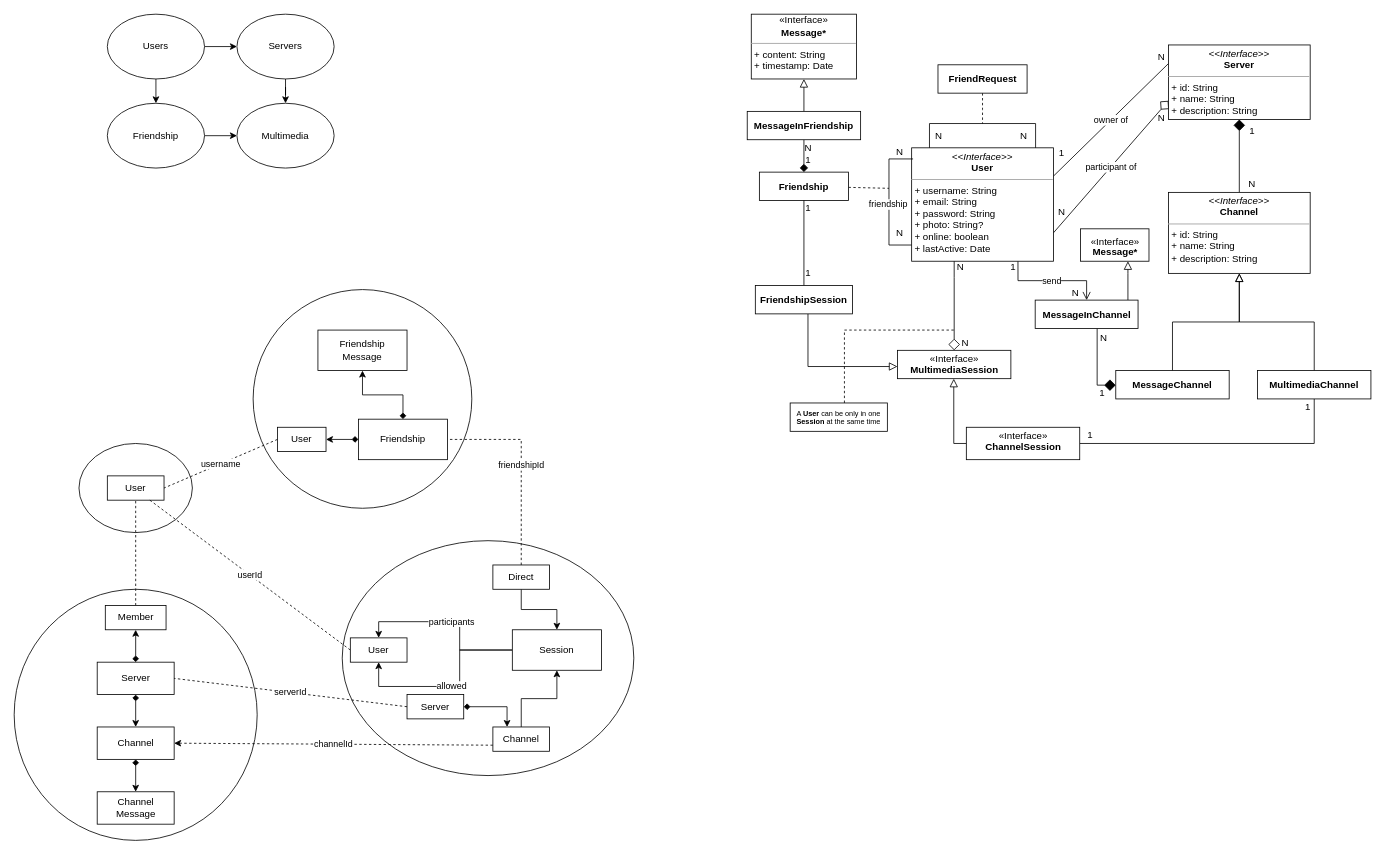
This is page "Domain" (6 of 6) of resources/schema.drawio from zucchero-sintattico/piper-kt, a draw.io file, before an edit. Source tidied: cells renumbered, new cells numbered last; positions are measured from the earlier drawing's top-left corner, leaving out a move shared by most shapes. Both pictures are drawn from the tidied source at 81%, with x=0, y=0 at pixel (14, 14).
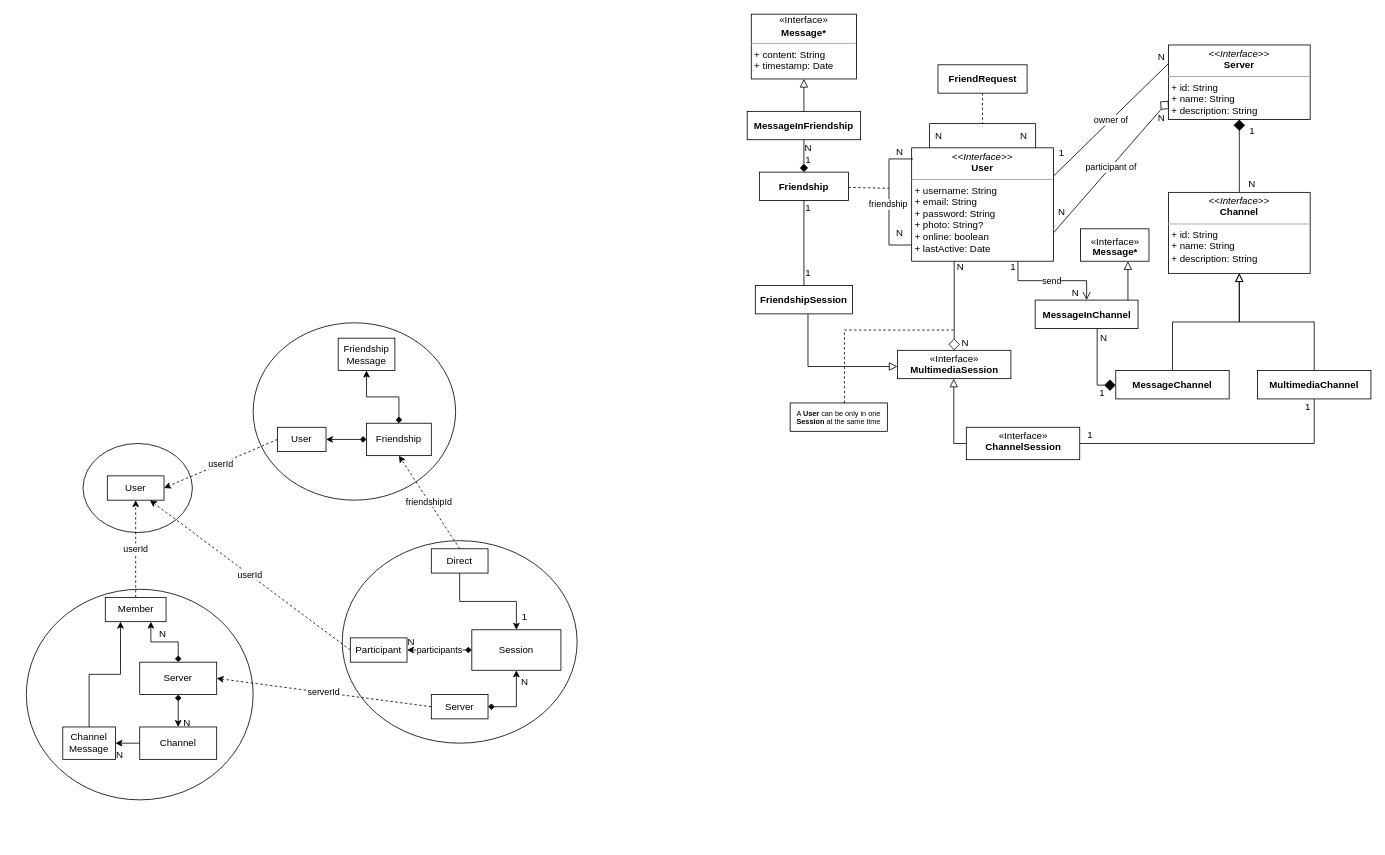
Above is the later version.

Commit message:
docs: improved bounded contexts map

The change refers to these unchanged cells:
```xml
<mxCell id="25" value="User" style="html=1;whiteSpace=wrap;" parent="1" vertex="1">
  <mxGeometry x="115" y="570" width="70" height="30" as="geometry" />
</mxCell>
<mxCell id="27" value="User" style="html=1;whiteSpace=wrap;" parent="1" vertex="1">
  <mxGeometry x="325" y="510" width="60" height="30" as="geometry" />
</mxCell>
```

What changed in the source:
```diff
@@
     <mxCell id="2" style="ellipse;whiteSpace=wrap;html=1;" parent="1" vertex="1">
-      <mxGeometry x="405" y="650" width="360" height="290" as="geometry" />
+      <mxGeometry x="405" y="650" width="290" height="250" as="geometry" />
     </mxCell>
     <mxCell id="3" style="ellipse;whiteSpace=wrap;html=1;" parent="1" vertex="1">
-      <mxGeometry y="710" width="300" height="310" as="geometry" />
+      <mxGeometry x="15" y="710" width="280" height="260" as="geometry" />
     </mxCell>
     <mxCell id="4" style="ellipse;whiteSpace=wrap;html=1;" parent="1" vertex="1">
-      <mxGeometry x="295" y="340" width="270" height="270" as="geometry" />
+      <mxGeometry x="295" y="381" width="250" height="219" as="geometry" />
     </mxCell>
     <mxCell id="5" style="ellipse;whiteSpace=wrap;html=1;" parent="1" vertex="1">
-      <mxGeometry x="80" y="530" width="140" height="110" as="geometry" />
+      <mxGeometry x="85" y="530" width="135" height="110" as="geometry" />
     </mxCell>
-    <mxCell id="6" style="edgeStyle=orthogonalEdgeStyle;rounded=0;jettySize=auto;html=1;exitX=0.5;exitY=1;exitDx=0;exitDy=0;entryX=0.5;entryY=0;entryDx=0;entryDy=0;" parent="1" edge="1" source="8" target="12">
-      <mxGeometry relative="1" as="geometry" />
-    </mxCell>
-    <mxCell id="7" style="edgeStyle=orthogonalEdgeStyle;rounded=0;jettySize=auto;html=1;exitX=1;exitY=0.5;exitDx=0;exitDy=0;entryX=0;entryY=0.5;entryDx=0;entryDy=0;" parent="1" edge="1" source="8" target="10">
-      <mxGeometry relative="1" as="geometry" />
-    </mxCell>
-    <mxCell id="8" value="Users" style="ellipse;whiteSpace=wrap;html=1;" parent="1" vertex="1">
-      <mxGeometry x="115" width="120" height="80" as="geometry" />
-    </mxCell>
-    <mxCell id="9" style="edgeStyle=orthogonalEdgeStyle;rounded=0;jettySize=auto;html=1;exitX=0.5;exitY=1;exitDx=0;exitDy=0;" parent="1" edge="1" source="10" target="13">
-      <mxGeometry relative="1" as="geometry" />
-    </mxCell>
-    <mxCell id="10" value="Servers" style="ellipse;whiteSpace=wrap;html=1;" parent="1" vertex="1">
-      <mxGeometry x="275" width="120" height="80" as="geometry" />
-    </mxCell>
-    <mxCell id="11" style="edgeStyle=orthogonalEdgeStyle;rounded=0;jettySize=auto;html=1;exitX=1;exitY=0.5;exitDx=0;exitDy=0;" parent="1" edge="1" source="12" target="13">
-      <mxGeometry relative="1" as="geometry" />
-    </mxCell>
-    <mxCell id="12" value="Friendship" style="ellipse;whiteSpace=wrap;html=1;" parent="1" vertex="1">
-      <mxGeometry x="115" y="110" width="120" height="80" as="geometry" />
-    </mxCell>
-    <mxCell id="13" value="Multimedia" style="ellipse;whiteSpace=wrap;html=1;" parent="1" vertex="1">
-      <mxGeometry x="275" y="110" width="120" height="80" as="geometry" />
-    </mxCell>
-    <mxCell id="14" style="rounded=0;jettySize=auto;html=1;exitX=0.5;exitY=0;exitDx=0;exitDy=0;entryX=0.5;entryY=1;entryDx=0;entryDy=0;endArrow=none;endFill=0;dashed=1;" parent="1" edge="1" source="15" target="25">
+    <mxCell id="14" value="userId" style="rounded=0;jettySize=auto;html=1;exitX=0.5;exitY=0;exitDx=0;exitDy=0;entryX=0.5;entryY=1;entryDx=0;entryDy=0;endArrow=classic;endFill=1;dashed=1;" parent="1" edge="1" source="15" target="25">
       <mxGeometry relative="1" as="geometry" />
     </mxCell>
     <mxCell id="15" value="Member" style="html=1;whiteSpace=wrap;" parent="1" vertex="1">
-      <mxGeometry x="112.5" y="730" width="75" height="30" as="geometry" />
+      <mxGeometry x="112.5" y="720" width="75" height="30" as="geometry" />
     </mxCell>
@@
     <mxCell id="18" value="Friendship" style="html=1;whiteSpace=wrap;" parent="1" vertex="1">
-      <mxGeometry x="425" y="500" width="110" height="50" as="geometry" />
+      <mxGeometry x="435" y="505" width="80" height="40" as="geometry" />
     </mxCell>
@@
-    <mxCell id="20" style="edgeStyle=orthogonalEdgeStyle;rounded=0;jettySize=auto;html=1;exitX=0.5;exitY=0;exitDx=0;exitDy=0;startArrow=diamond;startFill=1;" parent="1" edge="1" source="21" target="15">
+    <mxCell id="20" style="edgeStyle=orthogonalEdgeStyle;rounded=0;jettySize=auto;html=1;exitX=0.5;exitY=0;exitDx=0;exitDy=0;startArrow=diamond;startFill=1;entryX=0.75;entryY=1;entryDx=0;entryDy=0;" parent="1" edge="1" source="21" target="15">
       <mxGeometry relative="1" as="geometry" />
     </mxCell>
     <mxCell id="21" value="Server" style="html=1;whiteSpace=wrap;" parent="1" vertex="1">
-      <mxGeometry x="102.5" y="800" width="95" height="40" as="geometry" />
+      <mxGeometry x="155" y="800" width="95" height="40" as="geometry" />
     </mxCell>
-    <mxCell id="22" style="edgeStyle=orthogonalEdgeStyle;rounded=0;jettySize=auto;html=1;exitX=0.5;exitY=1;exitDx=0;exitDy=0;entryX=0.5;entryY=0;entryDx=0;entryDy=0;startArrow=diamond;startFill=1;" parent="1" edge="1" source="23" target="24">
+    <mxCell id="22" style="edgeStyle=orthogonalEdgeStyle;rounded=0;jettySize=auto;html=1;exitX=0;exitY=0.5;exitDx=0;exitDy=0;entryX=1;entryY=0.5;entryDx=0;entryDy=0;" parent="1" edge="1" source="23" target="24">
       <mxGeometry relative="1" as="geometry" />
     </mxCell>
     <mxCell id="23" value="Channel" style="html=1;whiteSpace=wrap;" parent="1" vertex="1">
-      <mxGeometry x="102.5" y="880" width="95" height="40" as="geometry" />
+      <mxGeometry x="155" y="880" width="95" height="40" as="geometry" />
     </mxCell>
+    <mxCell id="101" style="edgeStyle=orthogonalEdgeStyle;rounded=0;jettySize=auto;html=1;exitX=0.5;exitY=0;exitDx=0;exitDy=0;entryX=0.25;entryY=1;entryDx=0;entryDy=0;" parent="1" edge="1" source="24" target="15">
+      <mxGeometry relative="1" as="geometry" />
+    </mxCell>
     <mxCell id="24" value="Channel Message" style="html=1;whiteSpace=wrap;" parent="1" vertex="1">
-      <mxGeometry x="102.5" y="960" width="95" height="40" as="geometry" />
+      <mxGeometry x="60" y="880" width="65" height="40" as="geometry" />
     </mxCell>
@@
-    <mxCell id="26" value="username" style="rounded=0;jettySize=auto;html=1;exitX=0;exitY=0.5;exitDx=0;exitDy=0;entryX=1;entryY=0.5;entryDx=0;entryDy=0;endArrow=none;endFill=0;dashed=1;" parent="1" edge="1" source="27" target="25">
+    <mxCell id="26" value="userId" style="rounded=0;jettySize=auto;html=1;exitX=0;exitY=0.5;exitDx=0;exitDy=0;entryX=1;entryY=0.5;entryDx=0;entryDy=0;endArrow=classic;endFill=1;dashed=1;" parent="1" edge="1" source="27" target="25">
       <mxGeometry relative="1" as="geometry" />
     </mxCell>
@@
-    <mxCell id="87" value="friendshipId" style="edgeStyle=orthogonalEdgeStyle;rounded=0;jettySize=auto;html=1;exitX=0.5;exitY=0;exitDx=0;exitDy=0;entryX=1;entryY=0.5;entryDx=0;entryDy=0;dashed=1;endArrow=none;endFill=0;" parent="1" edge="1" source="88" target="18">
+    <mxCell id="87" value="friendshipId" style="rounded=0;jettySize=auto;html=1;exitX=0.5;exitY=0;exitDx=0;exitDy=0;entryX=0.5;entryY=1;entryDx=0;entryDy=0;dashed=1;endArrow=classic;endFill=1;" parent="1" edge="1" source="88" target="18">
       <mxGeometry relative="1" as="geometry" />
     </mxCell>
     <mxCell id="88" value="Direct" style="html=1;whiteSpace=wrap;" parent="1" vertex="1">
-      <mxGeometry x="591" y="680" width="70" height="30" as="geometry" />
+      <mxGeometry x="515" y="660" width="70" height="30" as="geometry" />
     </mxCell>
-    <mxCell id="89" value="participants" style="edgeStyle=orthogonalEdgeStyle;rounded=0;jettySize=auto;html=1;exitX=0;exitY=0.5;exitDx=0;exitDy=0;entryX=0.5;entryY=0;entryDx=0;entryDy=0;" parent="1" edge="1" source="91" target="96">
+    <mxCell id="89" value="participants" style="edgeStyle=orthogonalEdgeStyle;rounded=0;jettySize=auto;html=1;exitX=0;exitY=0.5;exitDx=0;exitDy=0;entryX=1;entryY=0.5;entryDx=0;entryDy=0;startArrow=diamond;startFill=1;" parent="1" edge="1" source="91" target="96">
       <mxGeometry relative="1" as="geometry" />
     </mxCell>
-    <mxCell id="90" value="allowed" style="edgeStyle=orthogonalEdgeStyle;rounded=0;jettySize=auto;html=1;exitX=0;exitY=0.5;exitDx=0;exitDy=0;entryX=0.5;entryY=1;entryDx=0;entryDy=0;" parent="1" edge="1" source="91" target="96">
-      <mxGeometry relative="1" as="geometry" />
-    </mxCell>
     <mxCell id="91" value="Session" style="html=1;whiteSpace=wrap;" parent="1" vertex="1">
-      <mxGeometry x="615" y="760" width="110" height="50" as="geometry" />
+      <mxGeometry x="565" y="760" width="110" height="50" as="geometry" />
     </mxCell>
-    <mxCell id="92" style="edgeStyle=orthogonalEdgeStyle;rounded=0;jettySize=auto;html=1;exitX=0.5;exitY=0;exitDx=0;exitDy=0;entryX=0.5;entryY=1;entryDx=0;entryDy=0;" parent="1" edge="1" source="94" target="91">
+    <mxCell id="92" style="edgeStyle=orthogonalEdgeStyle;rounded=0;jettySize=auto;html=1;exitX=1;exitY=0.5;exitDx=0;exitDy=0;entryX=0.5;entryY=1;entryDx=0;entryDy=0;startArrow=diamond;startFill=1;" parent="1" edge="1" source="100" target="91">
       <mxGeometry relative="1" as="geometry" />
     </mxCell>
-    <mxCell id="93" value="channelId" style="rounded=0;jettySize=auto;html=1;exitX=0;exitY=0.75;exitDx=0;exitDy=0;entryX=1;entryY=0.5;entryDx=0;entryDy=0;dashed=1;" parent="1" edge="1" source="94" target="23">
-      <mxGeometry relative="1" as="geometry" />
-    </mxCell>
-    <mxCell id="94" value="Channel" style="html=1;whiteSpace=wrap;" parent="1" vertex="1">
-      <mxGeometry x="591" y="880" width="70" height="30" as="geometry" />
-    </mxCell>
-    <mxCell id="95" value="userId" style="rounded=0;jettySize=auto;html=1;exitX=0;exitY=0.5;exitDx=0;exitDy=0;entryX=0.75;entryY=1;entryDx=0;entryDy=0;endArrow=none;endFill=0;dashed=1;" parent="1" edge="1" source="96" target="25">
+    <mxCell id="95" value="userId" style="rounded=0;jettySize=auto;html=1;exitX=0;exitY=0.5;exitDx=0;exitDy=0;entryX=0.75;entryY=1;entryDx=0;entryDy=0;endArrow=classic;endFill=1;dashed=1;" parent="1" edge="1" source="96" target="25">
       <mxGeometry relative="1" as="geometry" />
     </mxCell>
-    <mxCell id="96" value="User" style="html=1;whiteSpace=wrap;" parent="1" vertex="1">
+    <mxCell id="96" value="Participant" style="html=1;whiteSpace=wrap;" parent="1" vertex="1">
       <mxGeometry x="415" y="770" width="70" height="30" as="geometry" />
     </mxCell>
     <mxCell id="97" value="Friendship Message" style="html=1;whiteSpace=wrap;" parent="1" vertex="1">
-      <mxGeometry x="375" y="390" width="110" height="50" as="geometry" />
+      <mxGeometry x="400" y="400" width="70" height="40" as="geometry" />
     </mxCell>
-    <mxCell id="98" style="edgeStyle=orthogonalEdgeStyle;rounded=0;jettySize=auto;html=1;exitX=1;exitY=0.5;exitDx=0;exitDy=0;entryX=0.25;entryY=0;entryDx=0;entryDy=0;startArrow=diamond;startFill=1;" parent="1" edge="1" source="100" target="94">
-      <mxGeometry relative="1" as="geometry" />
-    </mxCell>
-    <mxCell id="99" value="serverId" style="rounded=0;jettySize=auto;html=1;exitX=0;exitY=0.5;exitDx=0;exitDy=0;entryX=1;entryY=0.5;entryDx=0;entryDy=0;dashed=1;endArrow=none;endFill=0;" parent="1" edge="1" source="100" target="21">
+    <mxCell id="99" value="serverId" style="rounded=0;jettySize=auto;html=1;exitX=0;exitY=0.5;exitDx=0;exitDy=0;entryX=1;entryY=0.5;entryDx=0;entryDy=0;dashed=1;endArrow=classic;endFill=1;" parent="1" edge="1" source="100" target="21">
       <mxGeometry relative="1" as="geometry" />
     </mxCell>
     <mxCell id="100" value="Server" style="html=1;whiteSpace=wrap;" parent="1" vertex="1">
-      <mxGeometry x="485" y="840" width="70" height="30" as="geometry" />
+      <mxGeometry x="515" y="840" width="70" height="30" as="geometry" />
     </mxCell>
+    <mxCell id="102" value="1" style="text;html=1;align=center;verticalAlign=middle;strokeColor=none;fillColor=none;" parent="1" vertex="1">
+      <mxGeometry x="615" y="730" width="30" height="30" as="geometry" />
+    </mxCell>
+    <mxCell id="103" value="N" style="text;html=1;align=center;verticalAlign=middle;strokeColor=none;fillColor=none;" parent="1" vertex="1">
+      <mxGeometry x="615" y="810" width="30" height="30" as="geometry" />
+    </mxCell>
+    <mxCell id="104" value="N" style="text;html=1;align=center;verticalAlign=middle;strokeColor=none;fillColor=none;" parent="1" vertex="1">
+      <mxGeometry x="475" y="760" width="30" height="30" as="geometry" />
+    </mxCell>
+    <mxCell id="105" value="N" style="text;html=1;align=center;verticalAlign=middle;strokeColor=none;fillColor=none;" parent="1" vertex="1">
+      <mxGeometry x="197.5" y="860" width="30" height="30" as="geometry" />
+    </mxCell>
+    <mxCell id="106" value="N" style="text;html=1;align=center;verticalAlign=middle;strokeColor=none;fillColor=none;" parent="1" vertex="1">
+      <mxGeometry x="167.5" y="750" width="30" height="30" as="geometry" />
+    </mxCell>
+    <mxCell id="107" value="N" style="text;html=1;align=center;verticalAlign=middle;strokeColor=none;fillColor=none;" parent="1" vertex="1">
+      <mxGeometry x="115" y="900" width="30" height="30" as="geometry" />
+    </mxCell>
```
